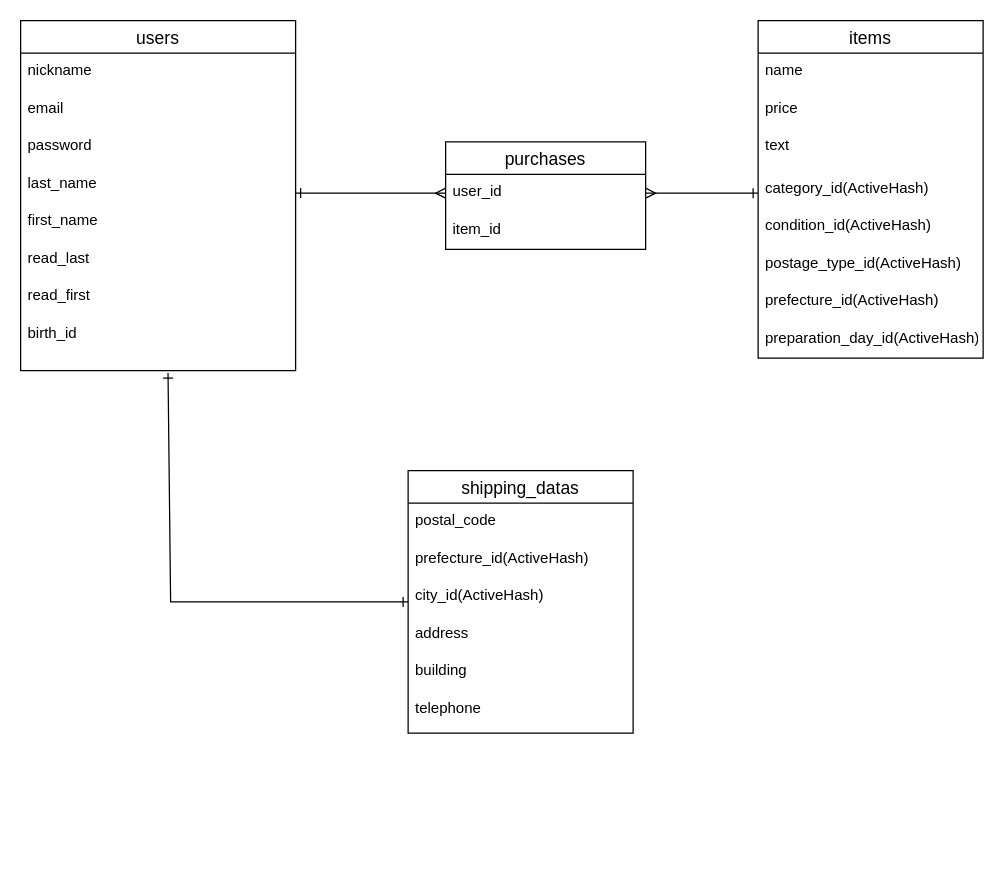
Rie0531/furima-38589 keeps this draw.io diagram as ER図.dio. Above is the earlier version. Source tidied: cells renumbered, new cells numbered last; positions are measured from the earlier drawing's top-left corner, leaving out a move shared by most shapes. Both pictures are drawn from the tidied source at 125%, with x=0, y=0 at pixel (20, 20).
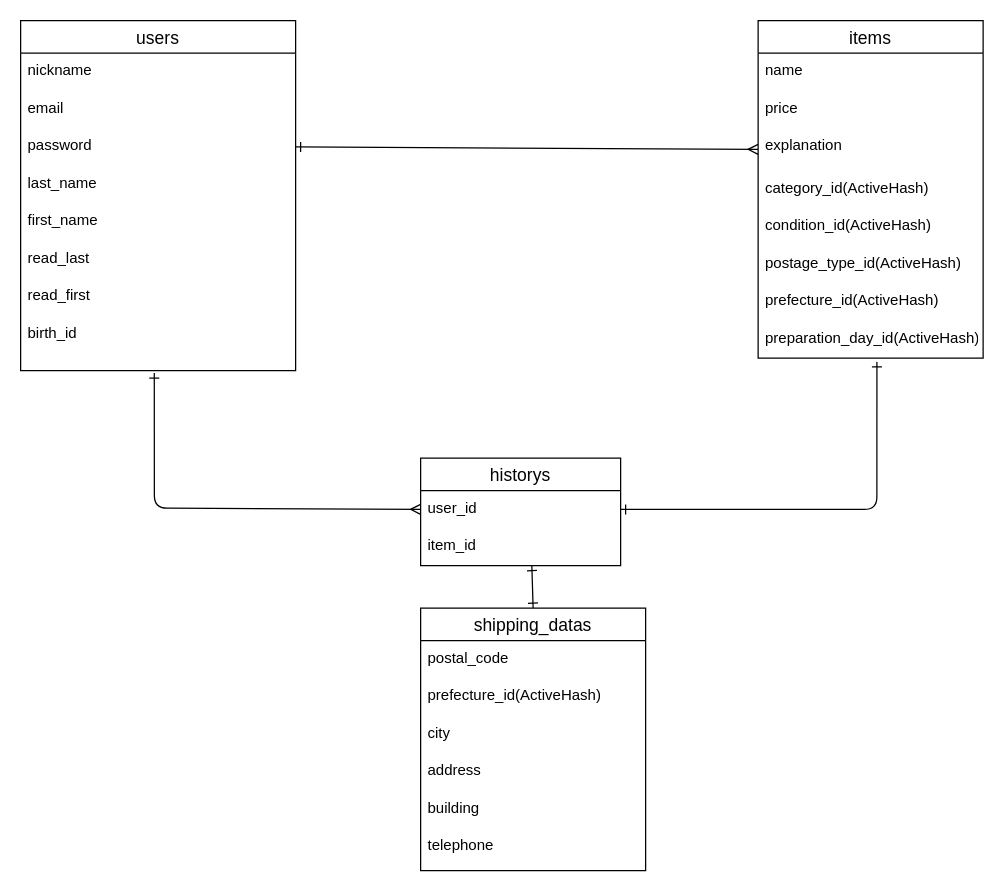
The same page after the edit.

Commit message (it also covers changes not shown here):
データベースの修正（追加分）

The change refers to these unchanged cells:
```xml
<mxCell id="5" value="password" style="text;strokeColor=none;fillColor=none;spacingLeft=4;spacingRight=4;overflow=hidden;points=[[0,0.5],[1,0.5]];portConstraint=eastwest;fontSize=12;" parent="2" vertex="1">
  <mxGeometry y="86" width="220" height="30" as="geometry" />
</mxCell>
<mxCell id="6" value="last_name" style="text;strokeColor=none;fillColor=none;spacingLeft=4;spacingRight=4;overflow=hidden;points=[[0,0.5],[1,0.5]];portConstraint=eastwest;fontSize=12;" parent="2" vertex="1">
  <mxGeometry y="116" width="220" height="30" as="geometry" />
</mxCell>
<mxCell id="10" value="birth_id" style="text;strokeColor=none;fillColor=none;spacingLeft=4;spacingRight=4;overflow=hidden;points=[[0,0.5],[1,0.5]];portConstraint=eastwest;fontSize=12;" parent="2" vertex="1">
  <mxGeometry y="236" width="220" height="44" as="geometry" />
</mxCell>
<mxCell id="11" value="items" style="swimlane;fontStyle=0;horizontal=1;startSize=26;align=center;fontSize=14;" parent="1" vertex="1">
  <mxGeometry x="590" width="180" height="270" as="geometry" />
</mxCell>
<mxCell id="19" value="preparation_day_id(ActiveHash)" style="text;strokeColor=none;fillColor=none;spacingLeft=4;spacingRight=4;overflow=hidden;points=[[0,0.5],[1,0.5]];portConstraint=eastwest;fontSize=12;" parent="11" vertex="1">
  <mxGeometry y="240" width="180" height="30" as="geometry" />
</mxCell>
<mxCell id="29" value="user_id" style="text;strokeColor=none;fillColor=none;spacingLeft=4;spacingRight=4;overflow=hidden;points=[[0,0.5],[1,0.5]];portConstraint=eastwest;fontSize=12;" parent="28" vertex="1">
  <mxGeometry y="26" width="160" height="30" as="geometry" />
</mxCell>
<mxCell id="30" value="item_id" style="text;strokeColor=none;fillColor=none;spacingLeft=4;spacingRight=4;overflow=hidden;points=[[0,0.5],[1,0.5]];portConstraint=eastwest;fontSize=12;" parent="28" vertex="1">
  <mxGeometry y="56" width="160" height="30" as="geometry" />
</mxCell>
```

What changed in the source:
```diff
@@
-    <mxCell id="14" value="text" style="text;strokeColor=none;fillColor=none;spacingLeft=4;spacingRight=4;overflow=hidden;points=[[0,0.5],[1,0.5]];portConstraint=eastwest;fontSize=12;" parent="11" vertex="1">
+    <mxCell id="14" value="explanation" style="text;strokeColor=none;fillColor=none;spacingLeft=4;spacingRight=4;overflow=hidden;points=[[0,0.5],[1,0.5]];portConstraint=eastwest;fontSize=12;" parent="11" vertex="1">
       <mxGeometry y="86" width="180" height="34" as="geometry" />
     </mxCell>
@@
-    <mxCell id="20" style="edgeStyle=none;rounded=0;html=1;entryX=0.536;entryY=1.045;entryDx=0;entryDy=0;entryPerimeter=0;startArrow=ERone;startFill=0;endArrow=ERone;endFill=0;" parent="1" edge="1" source="21" target="10">
-      <mxGeometry relative="1" as="geometry">
-        <Array as="points">
-          <mxPoint x="120" y="465" />
-        </Array>
-      </mxGeometry>
-    </mxCell>
+    <mxCell id="33" style="edgeStyle=none;html=1;exitX=0.5;exitY=0;exitDx=0;exitDy=0;entryX=0.556;entryY=1;entryDx=0;entryDy=0;entryPerimeter=0;startArrow=ERone;startFill=0;endArrow=ERone;endFill=0;" parent="1" edge="1" source="21" target="30">
+      <mxGeometry relative="1" as="geometry" />
+    </mxCell>
     <mxCell id="21" value="shipping_datas" style="swimlane;fontStyle=0;horizontal=1;startSize=26;align=center;fontSize=14;" parent="1" vertex="1">
-      <mxGeometry x="310" y="360" width="180" height="210" as="geometry" />
+      <mxGeometry x="320" y="470" width="180" height="210" as="geometry" />
     </mxCell>
@@
-    <mxCell id="24" value="city_id(ActiveHash)" style="text;strokeColor=none;fillColor=none;spacingLeft=4;spacingRight=4;overflow=hidden;fontSize=12;" parent="21" vertex="1">
+    <mxCell id="24" value="city" style="text;strokeColor=none;fillColor=none;spacingLeft=4;spacingRight=4;overflow=hidden;fontSize=12;" parent="21" vertex="1">
       <mxGeometry y="86" width="180" height="30" as="geometry" />
     </mxCell>
@@
-    <mxCell id="28" value="purchases" style="swimlane;fontStyle=0;horizontal=1;startSize=26;align=center;fontSize=14;" parent="1" vertex="1">
-      <mxGeometry x="340" y="97" width="160" height="86" as="geometry" />
+    <mxCell id="28" value="historys" style="swimlane;fontStyle=0;horizontal=1;startSize=26;align=center;fontSize=14;" parent="1" vertex="1">
+      <mxGeometry x="320" y="350" width="160" height="86" as="geometry" />
     </mxCell>
@@
-    <mxCell id="31" style="edgeStyle=none;html=1;exitX=0;exitY=0.5;exitDx=0;exitDy=0;entryX=1;entryY=0.733;entryDx=0;entryDy=0;entryPerimeter=0;startArrow=ERmany;startFill=0;endArrow=ERone;endFill=0;" parent="1" edge="1" source="29" target="6">
-      <mxGeometry relative="1" as="geometry" />
-    </mxCell>
-    <mxCell id="32" style="edgeStyle=none;html=1;startArrow=ERone;startFill=0;endArrow=ERmany;endFill=0;entryX=1;entryY=0.5;entryDx=0;entryDy=0;" parent="1" edge="1" target="29">
-      <mxGeometry relative="1" as="geometry">
-        <mxPoint x="590" y="138" as="sourcePoint" />
-      </mxGeometry>
-    </mxCell>
+    <mxCell id="34" style="edgeStyle=none;html=1;exitX=1;exitY=0.5;exitDx=0;exitDy=0;entryX=0;entryY=0.5;entryDx=0;entryDy=0;startArrow=ERone;startFill=0;endArrow=ERmany;endFill=0;" parent="1" edge="1" source="5" target="14">
+      <mxGeometry relative="1" as="geometry" />
+    </mxCell>
+    <mxCell id="35" style="edgeStyle=none;html=1;exitX=1;exitY=0.5;exitDx=0;exitDy=0;entryX=0.528;entryY=1.1;entryDx=0;entryDy=0;entryPerimeter=0;startArrow=ERone;startFill=0;endArrow=ERone;endFill=0;" parent="1" edge="1" source="29" target="19">
+      <mxGeometry relative="1" as="geometry">
+        <Array as="points">
+          <mxPoint x="685" y="391" />
+        </Array>
+      </mxGeometry>
+    </mxCell>
+    <mxCell id="36" style="edgeStyle=none;html=1;exitX=0;exitY=0.5;exitDx=0;exitDy=0;entryX=0.486;entryY=1.045;entryDx=0;entryDy=0;entryPerimeter=0;startArrow=ERmany;startFill=0;endArrow=ERone;endFill=0;" parent="1" edge="1" source="29" target="10">
+      <mxGeometry relative="1" as="geometry">
+        <Array as="points">
+          <mxPoint x="107" y="390" />
+        </Array>
+      </mxGeometry>
+    </mxCell>
```
